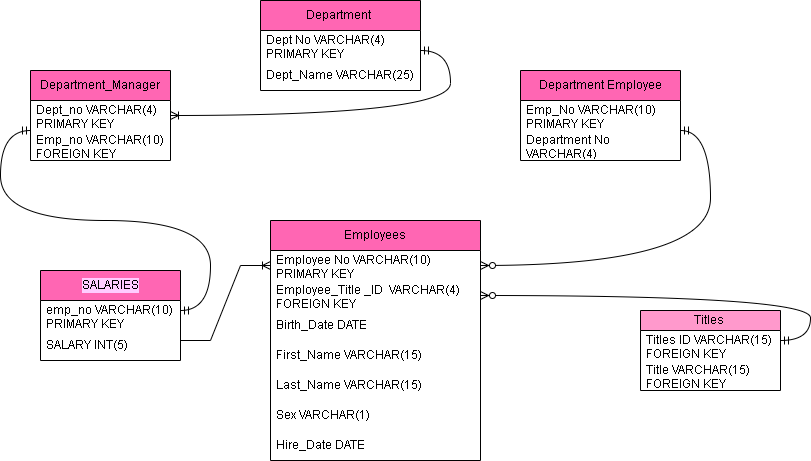
This is Untitled Diagram.drawio.png from gv-priya/SQL-challenge, a draw.io export, as it was before one commit. Source tidied: cells renumbered, new cells last; positions are measured from the earlier drawing's top-left corner, leaving out a move shared by most shapes.
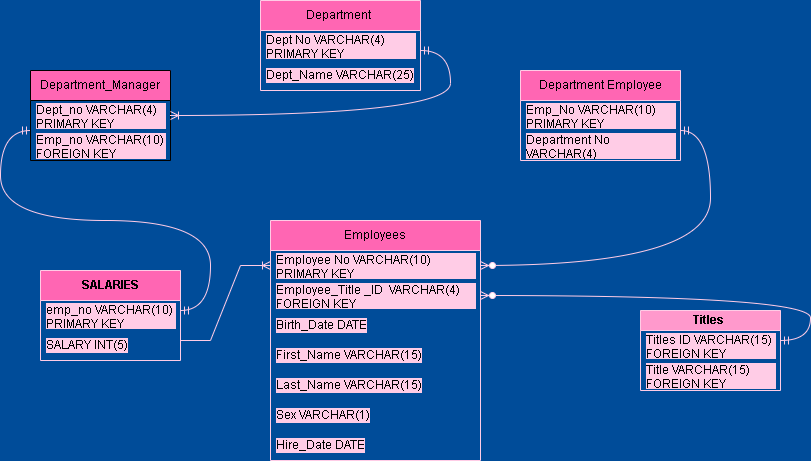
After the change.

What changed in the source:
```diff
@@ -1,77 +1,77 @@
-<mxGraphModel>
+<mxGraphModel background="#004C99">
   <root>
     <mxCell id="0" />
     <mxCell id="1" parent="0" />
     <mxCell id="2" value="Department_Manager" style="swimlane;fontStyle=0;horizontal=1;startSize=30;whiteSpace=wrap;html=1;fillColor=#FF66B3;" parent="1" vertex="1">
       <mxGeometry y="70" width="140" height="90" as="geometry" />
     </mxCell>
-    <mxCell id="3" value="Dept_no VARCHAR(4) PRIMARY KEY" style="text;strokeColor=none;fillColor=none;align=left;verticalAlign=middle;spacingLeft=4;spacingRight=4;overflow=hidden;points=[[0,0.5],[1,0.5]];portConstraint=eastwest;whiteSpace=wrap;html=1;" parent="2" vertex="1">
+    <mxCell id="3" value="Dept_no VARCHAR(4) PRIMARY KEY" style="text;strokeColor=none;fillColor=none;align=left;verticalAlign=middle;spacingLeft=4;spacingRight=4;overflow=hidden;points=[[0,0.5],[1,0.5]];portConstraint=eastwest;whiteSpace=wrap;html=1;labelBackgroundColor=#FFCCE6;" parent="2" vertex="1">
       <mxGeometry y="30" width="140" height="30" as="geometry" />
     </mxCell>
-    <mxCell id="4" value="Emp_no VARCHAR(10) FOREIGN KEY" style="text;strokeColor=none;fillColor=none;align=left;verticalAlign=middle;spacingLeft=4;spacingRight=4;overflow=hidden;whiteSpace=wrap;html=1;" parent="2" vertex="1">
+    <mxCell id="4" value="Emp_no VARCHAR(10) FOREIGN KEY" style="text;strokeColor=none;fillColor=none;align=left;verticalAlign=middle;spacingLeft=4;spacingRight=4;overflow=hidden;whiteSpace=wrap;html=1;labelBackgroundColor=#FFCCE6;" parent="2" vertex="1">
       <mxGeometry y="60" width="140" height="30" as="geometry" />
     </mxCell>
-    <mxCell id="5" value="Department&amp;nbsp;" style="swimlane;fontStyle=0;horizontal=1;startSize=30;whiteSpace=wrap;html=1;fillColor=#FF66B3;" parent="1" vertex="1">
+    <mxCell id="5" value="Department&amp;nbsp;" style="swimlane;fontStyle=0;horizontal=1;startSize=30;whiteSpace=wrap;html=1;fillColor=#FF66B3;strokeColor=#FFCCE6;" parent="1" vertex="1">
       <mxGeometry x="230" width="160" height="90" as="geometry" />
     </mxCell>
-    <mxCell id="6" value="Dept No VARCHAR(4) PRIMARY KEY" style="text;strokeColor=none;fillColor=none;align=left;verticalAlign=middle;spacingLeft=4;spacingRight=4;overflow=hidden;whiteSpace=wrap;html=1;" parent="5" vertex="1">
+    <mxCell id="6" value="Dept No VARCHAR(4) PRIMARY KEY" style="text;strokeColor=none;fillColor=none;align=left;verticalAlign=middle;spacingLeft=4;spacingRight=4;overflow=hidden;whiteSpace=wrap;html=1;labelBackgroundColor=#FFCCE6;" parent="5" vertex="1">
       <mxGeometry y="30" width="160" height="30" as="geometry" />
     </mxCell>
-    <mxCell id="7" value="Dept_Name VARCHAR(25)" style="text;strokeColor=none;fillColor=none;align=left;verticalAlign=middle;spacingLeft=4;spacingRight=4;overflow=hidden;whiteSpace=wrap;html=1;" parent="5" vertex="1">
+    <mxCell id="7" value="Dept_Name VARCHAR(25)" style="text;strokeColor=none;fillColor=none;align=left;verticalAlign=middle;spacingLeft=4;spacingRight=4;overflow=hidden;whiteSpace=wrap;html=1;labelBackgroundColor=#FFCCE6;" parent="5" vertex="1">
       <mxGeometry y="60" width="160" height="30" as="geometry" />
     </mxCell>
-    <mxCell id="8" value="Department Employee" style="swimlane;fontStyle=0;horizontal=1;startSize=30;whiteSpace=wrap;html=1;fillColor=#FF66B3;" parent="1" vertex="1">
+    <mxCell id="8" value="Department Employee" style="swimlane;fontStyle=0;horizontal=1;startSize=30;whiteSpace=wrap;html=1;fillColor=#FF66B3;strokeColor=#FFCCE6;" parent="1" vertex="1">
       <mxGeometry x="490" y="70" width="160" height="90" as="geometry" />
     </mxCell>
-    <mxCell id="9" value="Emp_No VARCHAR(10) PRIMARY KEY" style="text;strokeColor=none;fillColor=none;align=left;verticalAlign=middle;spacingLeft=4;spacingRight=4;overflow=hidden;whiteSpace=wrap;html=1;" parent="8" vertex="1">
+    <mxCell id="9" value="Emp_No VARCHAR(10) PRIMARY KEY" style="text;strokeColor=none;fillColor=none;align=left;verticalAlign=middle;spacingLeft=4;spacingRight=4;overflow=hidden;whiteSpace=wrap;html=1;labelBackgroundColor=#FFCCE6;" parent="8" vertex="1">
       <mxGeometry y="30" width="160" height="30" as="geometry" />
     </mxCell>
-    <mxCell id="10" value="Department No VARCHAR(4)" style="text;strokeColor=none;fillColor=none;align=left;verticalAlign=middle;spacingLeft=4;spacingRight=4;overflow=hidden;whiteSpace=wrap;html=1;" parent="8" vertex="1">
+    <mxCell id="10" value="Department No VARCHAR(4)" style="text;strokeColor=none;fillColor=none;align=left;verticalAlign=middle;spacingLeft=4;spacingRight=4;overflow=hidden;whiteSpace=wrap;html=1;labelBackgroundColor=#FFCCE6;" parent="8" vertex="1">
       <mxGeometry y="60" width="160" height="30" as="geometry" />
     </mxCell>
-    <mxCell id="11" value="Employees" style="swimlane;fontStyle=0;horizontal=1;startSize=30;whiteSpace=wrap;html=1;fillColor=#FF66B3;" parent="1" vertex="1">
+    <mxCell id="11" value="Employees" style="swimlane;fontStyle=0;horizontal=1;startSize=30;whiteSpace=wrap;html=1;fillColor=#FF66B3;strokeColor=#FFCCE6;" parent="1" vertex="1">
       <mxGeometry x="240" y="220" width="210" height="240" as="geometry" />
     </mxCell>
-    <mxCell id="12" value="Employee No VARCHAR(10)&amp;nbsp; PRIMARY KEY" style="text;strokeColor=none;fillColor=none;align=left;verticalAlign=middle;spacingLeft=4;spacingRight=4;overflow=hidden;points=[[0,0.5],[1,0.5]];portConstraint=eastwest;whiteSpace=wrap;html=1;" parent="11" vertex="1">
+    <mxCell id="12" value="Employee No VARCHAR(10)&amp;nbsp; PRIMARY KEY" style="text;strokeColor=none;fillColor=none;align=left;verticalAlign=middle;spacingLeft=4;spacingRight=4;overflow=hidden;points=[[0,0.5],[1,0.5]];portConstraint=eastwest;whiteSpace=wrap;html=1;labelBackgroundColor=#FFCCE6;" parent="11" vertex="1">
       <mxGeometry y="30" width="210" height="30" as="geometry" />
     </mxCell>
-    <mxCell id="13" value="Employee_Title _ID&amp;nbsp; VARCHAR(4) FOREIGN KEY" style="text;strokeColor=none;fillColor=none;align=left;verticalAlign=middle;spacingLeft=4;spacingRight=4;overflow=hidden;points=[[0,0.5],[1,0.5]];portConstraint=eastwest;whiteSpace=wrap;html=1;" parent="11" vertex="1">
+    <mxCell id="13" value="Employee_Title _ID&amp;nbsp; VARCHAR(4) FOREIGN KEY" style="text;strokeColor=none;fillColor=none;align=left;verticalAlign=middle;spacingLeft=4;spacingRight=4;overflow=hidden;points=[[0,0.5],[1,0.5]];portConstraint=eastwest;whiteSpace=wrap;html=1;labelBackgroundColor=#FFCCE6;" parent="11" vertex="1">
       <mxGeometry y="60" width="210" height="30" as="geometry" />
     </mxCell>
-    <mxCell id="14" value="Birth_Date DATE" style="text;strokeColor=none;fillColor=none;align=left;verticalAlign=middle;spacingLeft=4;spacingRight=4;overflow=hidden;whiteSpace=wrap;html=1;" parent="11" vertex="1">
+    <mxCell id="14" value="Birth_Date DATE" style="text;strokeColor=none;fillColor=none;align=left;verticalAlign=middle;spacingLeft=4;spacingRight=4;overflow=hidden;whiteSpace=wrap;html=1;labelBackgroundColor=#FFCCE6;" parent="11" vertex="1">
       <mxGeometry y="90" width="210" height="30" as="geometry" />
     </mxCell>
-    <mxCell id="15" value="First_Name VARCHAR(15)" style="text;strokeColor=none;fillColor=none;align=left;verticalAlign=middle;spacingLeft=4;spacingRight=4;overflow=hidden;whiteSpace=wrap;html=1;" parent="11" vertex="1">
+    <mxCell id="15" value="First_Name VARCHAR(15)" style="text;strokeColor=none;fillColor=none;align=left;verticalAlign=middle;spacingLeft=4;spacingRight=4;overflow=hidden;whiteSpace=wrap;html=1;labelBackgroundColor=#FFCCE6;" parent="11" vertex="1">
       <mxGeometry y="120" width="210" height="30" as="geometry" />
     </mxCell>
-    <mxCell id="16" value="Last_Name VARCHAR(15)" style="text;strokeColor=none;fillColor=none;align=left;verticalAlign=middle;spacingLeft=4;spacingRight=4;overflow=hidden;whiteSpace=wrap;html=1;" parent="11" vertex="1">
+    <mxCell id="16" value="Last_Name VARCHAR(15)" style="text;strokeColor=none;fillColor=none;align=left;verticalAlign=middle;spacingLeft=4;spacingRight=4;overflow=hidden;whiteSpace=wrap;html=1;labelBackgroundColor=#FFCCE6;" parent="11" vertex="1">
       <mxGeometry y="150" width="210" height="30" as="geometry" />
     </mxCell>
-    <mxCell id="17" value="Sex VARCHAR(1)" style="text;strokeColor=none;fillColor=none;align=left;verticalAlign=middle;spacingLeft=4;spacingRight=4;overflow=hidden;whiteSpace=wrap;html=1;" parent="11" vertex="1">
+    <mxCell id="17" value="Sex VARCHAR(1)" style="text;strokeColor=none;fillColor=none;align=left;verticalAlign=middle;spacingLeft=4;spacingRight=4;overflow=hidden;whiteSpace=wrap;html=1;labelBackgroundColor=#FFCCE6;" parent="11" vertex="1">
       <mxGeometry y="180" width="210" height="30" as="geometry" />
     </mxCell>
-    <mxCell id="18" value="Hire_Date DATE" style="text;strokeColor=none;fillColor=none;align=left;verticalAlign=middle;spacingLeft=4;spacingRight=4;overflow=hidden;whiteSpace=wrap;html=1;" parent="11" vertex="1">
+    <mxCell id="18" value="Hire_Date DATE" style="text;strokeColor=none;fillColor=none;align=left;verticalAlign=middle;spacingLeft=4;spacingRight=4;overflow=hidden;whiteSpace=wrap;html=1;labelBackgroundColor=#FFCCE6;" parent="11" vertex="1">
       <mxGeometry y="210" width="210" height="30" as="geometry" />
     </mxCell>
-    <mxCell id="19" value="Titles&amp;nbsp;" style="swimlane;fontStyle=0;horizontal=1;startSize=20;whiteSpace=wrap;html=1;direction=east;fillColor=#FF99CC;" parent="1" vertex="1">
+    <mxCell id="19" value="Titles " style="swimlane;horizontal=1;startSize=20;whiteSpace=wrap;html=1;direction=east;fillColor=#FF99CC;strokeColor=#FFCCE6;" parent="1" vertex="1">
       <mxGeometry x="610" y="310" width="140" height="80" as="geometry" />
     </mxCell>
-    <mxCell id="20" value="Titles ID VARCHAR(15) FOREIGN KEY" style="text;strokeColor=none;fillColor=none;align=left;verticalAlign=middle;spacingLeft=4;spacingRight=4;overflow=hidden;whiteSpace=wrap;html=1;" parent="19" vertex="1">
+    <mxCell id="20" value="Titles ID VARCHAR(15) FOREIGN KEY" style="text;strokeColor=none;fillColor=none;align=left;verticalAlign=middle;spacingLeft=4;spacingRight=4;overflow=hidden;whiteSpace=wrap;html=1;labelBackgroundColor=#FFCCE6;" parent="19" vertex="1">
       <mxGeometry y="20" width="140" height="30" as="geometry" />
     </mxCell>
-    <mxCell id="21" value="Title VARCHAR(15) FOREIGN KEY" style="text;strokeColor=none;fillColor=none;align=left;verticalAlign=middle;spacingLeft=4;spacingRight=4;overflow=hidden;whiteSpace=wrap;html=1;" parent="19" vertex="1">
+    <mxCell id="21" value="Title VARCHAR(15) FOREIGN KEY" style="text;strokeColor=none;fillColor=none;align=left;verticalAlign=middle;spacingLeft=4;spacingRight=4;overflow=hidden;whiteSpace=wrap;html=1;labelBackgroundColor=#FFCCE6;" parent="19" vertex="1">
       <mxGeometry y="50" width="140" height="30" as="geometry" />
     </mxCell>
-    <mxCell id="22" value="SALARIES" style="swimlane;fontStyle=0;horizontal=1;startSize=30;whiteSpace=wrap;html=1;fillColor=#FF66B3;labelBackgroundColor=#FFCCFF;" parent="1" vertex="1">
+    <mxCell id="22" value="SALARIES" style="swimlane;horizontal=1;startSize=30;whiteSpace=wrap;html=1;fillColor=#FF66B3;strokeColor=#FFCCE6;" parent="1" vertex="1">
       <mxGeometry x="10" y="270" width="140" height="90" as="geometry" />
     </mxCell>
-    <mxCell id="23" value="emp_no VARCHAR(10) PRIMARY KEY" style="text;strokeColor=none;fillColor=none;align=left;verticalAlign=middle;spacingLeft=4;spacingRight=4;overflow=hidden;whiteSpace=wrap;html=1;" parent="22" vertex="1">
+    <mxCell id="23" value="emp_no VARCHAR(10) PRIMARY KEY" style="text;strokeColor=none;fillColor=none;align=left;verticalAlign=middle;spacingLeft=4;spacingRight=4;overflow=hidden;whiteSpace=wrap;html=1;labelBackgroundColor=#FFCCE6;" parent="22" vertex="1">
       <mxGeometry y="30" width="140" height="30" as="geometry" />
     </mxCell>
-    <mxCell id="24" value="SALARY INT(5)" style="text;strokeColor=none;fillColor=none;align=left;verticalAlign=middle;spacingLeft=4;spacingRight=4;overflow=hidden;whiteSpace=wrap;html=1;" parent="22" vertex="1">
+    <mxCell id="24" value="SALARY INT(5)" style="text;strokeColor=none;fillColor=none;align=left;verticalAlign=middle;spacingLeft=4;spacingRight=4;overflow=hidden;whiteSpace=wrap;html=1;labelBackgroundColor=#FFCCE6;" parent="22" vertex="1">
       <mxGeometry y="60" width="140" height="30" as="geometry" />
     </mxCell>
-    <mxCell id="25" style="edgeStyle=entityRelationEdgeStyle;fontSize=12;html=1;endArrow=ERoneToMany;rounded=0;entryX=0;entryY=0.5;entryDx=0;entryDy=0;" parent="1" edge="1" target="12">
+    <mxCell id="25" style="edgeStyle=entityRelationEdgeStyle;fontSize=12;html=1;endArrow=ERoneToMany;rounded=0;entryX=0;entryY=0.5;entryDx=0;entryDy=0;strokeColor=#FFCCE6;" parent="1" edge="1" target="12">
       <mxGeometry relative="1" as="geometry">
         <mxPoint x="150" y="340" as="sourcePoint" />
         <Array as="points">
@@ -81,18 +81,18 @@
         </Array>
       </mxGeometry>
     </mxCell>
-    <mxCell id="26" style="edgeStyle=entityRelationEdgeStyle;fontSize=12;html=1;endArrow=ERmandOne;startArrow=ERmandOne;rounded=0;curved=1;" parent="1" edge="1">
+    <mxCell id="26" style="edgeStyle=entityRelationEdgeStyle;fontSize=12;html=1;endArrow=ERmandOne;startArrow=ERmandOne;rounded=0;curved=1;strokeColor=#FFCCE6;" parent="1" edge="1">
       <mxGeometry relative="1" as="geometry">
         <mxPoint x="150" y="310" as="sourcePoint" />
         <mxPoint y="130" as="targetPoint" />
       </mxGeometry>
     </mxCell>
-    <mxCell id="27" style="edgeStyle=entityRelationEdgeStyle;fontSize=12;html=1;endArrow=ERoneToMany;startArrow=ERmandOne;rounded=0;curved=1;" parent="1" edge="1" target="3">
+    <mxCell id="27" style="edgeStyle=entityRelationEdgeStyle;fontSize=12;html=1;endArrow=ERoneToMany;startArrow=ERmandOne;rounded=0;curved=1;strokeColor=#FFCCE6;" parent="1" edge="1" target="3">
       <mxGeometry relative="1" as="geometry">
         <mxPoint x="390" y="50" as="sourcePoint" />
       </mxGeometry>
     </mxCell>
-    <mxCell id="28" style="edgeStyle=entityRelationEdgeStyle;fontSize=12;html=1;endArrow=ERzeroToMany;startArrow=ERmandOne;rounded=0;curved=1;" parent="1" edge="1" target="12">
+    <mxCell id="28" style="edgeStyle=entityRelationEdgeStyle;fontSize=12;html=1;endArrow=ERzeroToMany;startArrow=ERmandOne;rounded=0;curved=1;strokeColor=#FFCCE6;" parent="1" edge="1" target="12">
       <mxGeometry relative="1" as="geometry">
         <mxPoint x="650" y="130" as="sourcePoint" />
         <Array as="points">
@@ -101,7 +101,7 @@
         </Array>
       </mxGeometry>
     </mxCell>
-    <mxCell id="29" style="edgeStyle=entityRelationEdgeStyle;fontSize=12;html=1;endArrow=ERzeroToMany;startArrow=ERmandOne;rounded=0;curved=1;" parent="1" edge="1" target="13">
+    <mxCell id="29" style="edgeStyle=entityRelationEdgeStyle;fontSize=12;html=1;endArrow=ERzeroToMany;startArrow=ERmandOne;rounded=0;curved=1;strokeColor=#FFCCE6;" parent="1" edge="1" target="13">
       <mxGeometry relative="1" as="geometry">
         <mxPoint x="750" y="340" as="sourcePoint" />
         <Array as="points">
```
